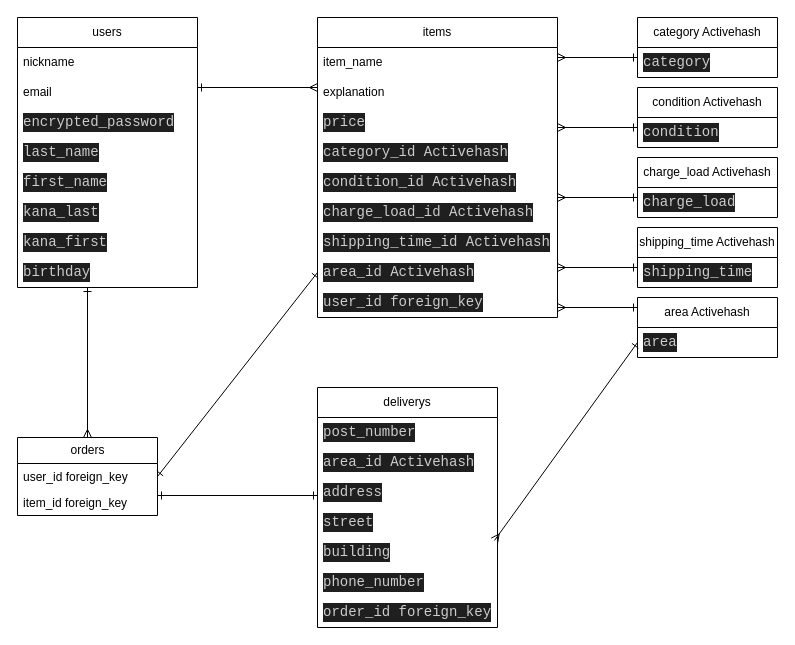
Above: database.dio in naoki240302/furima-40498-for-windows (draw.io), before the change. Source tidied: cells renumbered, new cells numbered last; positions are measured from the earlier drawing's top-left corner, leaving out a move shared by most shapes. Both pictures are drawn from the tidied source at 100%, with x=0, y=0 at pixel (17, 17).
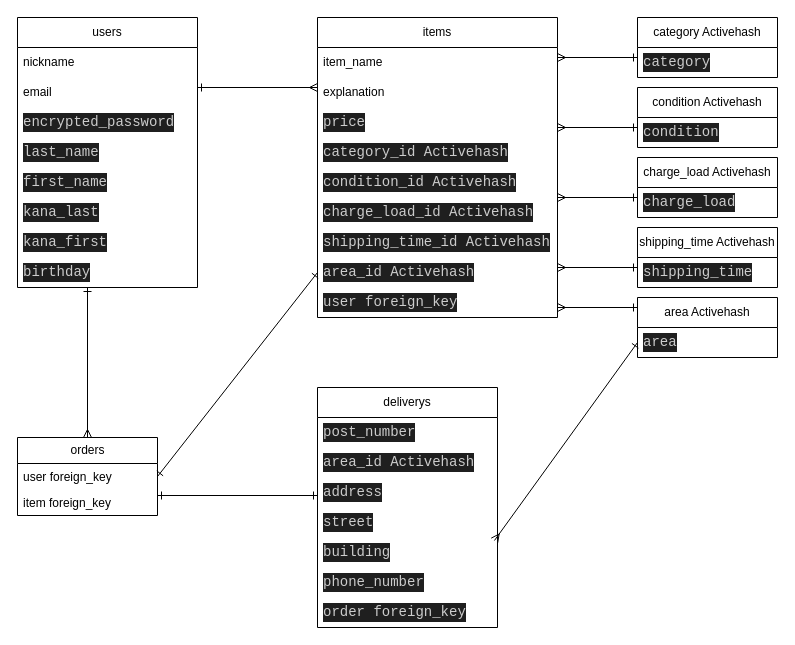
The same page after the edit.

Commit message (it also covers changes not shown here):
【再修正】ER図・データベース設計の記述

Unchanged cells that the change refers to:
```xml
<mxCell id="11" value="items" style="swimlane;fontStyle=0;horizontal=1;startSize=30;whiteSpace=wrap;html=1;" parent="1" vertex="1">
  <mxGeometry x="300" width="240" height="300" as="geometry" />
</mxCell>
<mxCell id="22" value="orders" style="swimlane;fontStyle=0;horizontal=1;startSize=26;fillColor=none;html=1;" parent="1" vertex="1">
  <mxGeometry y="420" width="140" height="78" as="geometry" />
</mxCell>
<mxCell id="25" value="deliverys" style="swimlane;fontStyle=0;horizontal=1;startSize=30;whiteSpace=wrap;html=1;" parent="1" vertex="1">
  <mxGeometry x="300" y="370" width="180" height="240" as="geometry" />
</mxCell>
```

What changed in the source:
```diff
@@
-    <mxCell id="20" value="&lt;div style=&quot;color: rgb(204, 204, 204); background-color: rgb(31, 31, 31); font-family: Consolas, &amp;quot;Courier New&amp;quot;, monospace; font-size: 14px; line-height: 19px;&quot;&gt;user_id foreign_key&lt;/div&gt;" style="text;strokeColor=none;fillColor=none;align=left;verticalAlign=middle;spacingLeft=4;spacingRight=4;overflow=hidden;whiteSpace=wrap;html=1;" parent="11" vertex="1">
+    <mxCell id="20" value="&lt;div style=&quot;color: rgb(204, 204, 204); background-color: rgb(31, 31, 31); font-family: Consolas, &amp;quot;Courier New&amp;quot;, monospace; font-size: 14px; line-height: 19px;&quot;&gt;user foreign_key&lt;/div&gt;" style="text;strokeColor=none;fillColor=none;align=left;verticalAlign=middle;spacingLeft=4;spacingRight=4;overflow=hidden;whiteSpace=wrap;html=1;" parent="11" vertex="1">
       <mxGeometry y="270" width="240" height="30" as="geometry" />
     </mxCell>
@@
-    <mxCell id="23" value="user_id foreign_key" style="text;strokeColor=none;fillColor=none;align=left;verticalAlign=top;spacingLeft=4;spacingRight=4;overflow=hidden;points=[[0,0.5],[1,0.5]];portConstraint=eastwest;whiteSpace=wrap;html=1;" parent="22" vertex="1">
+    <mxCell id="23" value="user foreign_key" style="text;strokeColor=none;fillColor=none;align=left;verticalAlign=top;spacingLeft=4;spacingRight=4;overflow=hidden;points=[[0,0.5],[1,0.5]];portConstraint=eastwest;whiteSpace=wrap;html=1;" parent="22" vertex="1">
       <mxGeometry y="26" width="140" height="26" as="geometry" />
     </mxCell>
-    <mxCell id="24" value="item_id foreign_key" style="text;strokeColor=none;fillColor=none;align=left;verticalAlign=top;spacingLeft=4;spacingRight=4;overflow=hidden;points=[[0,0.5],[1,0.5]];portConstraint=eastwest;whiteSpace=wrap;html=1;" parent="22" vertex="1">
+    <mxCell id="24" value="item foreign_key" style="text;strokeColor=none;fillColor=none;align=left;verticalAlign=top;spacingLeft=4;spacingRight=4;overflow=hidden;points=[[0,0.5],[1,0.5]];portConstraint=eastwest;whiteSpace=wrap;html=1;" parent="22" vertex="1">
       <mxGeometry y="52" width="140" height="26" as="geometry" />
     </mxCell>
@@
-    <mxCell id="32" value="&lt;div style=&quot;color: rgb(204, 204, 204); background-color: rgb(31, 31, 31); font-family: Consolas, &amp;quot;Courier New&amp;quot;, monospace; font-size: 14px; line-height: 19px;&quot;&gt;order_id foreign_key&lt;/div&gt;" style="text;strokeColor=none;fillColor=none;align=left;verticalAlign=middle;spacingLeft=4;spacingRight=4;overflow=hidden;whiteSpace=wrap;html=1;" parent="25" vertex="1">
+    <mxCell id="32" value="&lt;div style=&quot;color: rgb(204, 204, 204); background-color: rgb(31, 31, 31); font-family: Consolas, &amp;quot;Courier New&amp;quot;, monospace; font-size: 14px; line-height: 19px;&quot;&gt;order foreign_key&lt;/div&gt;" style="text;strokeColor=none;fillColor=none;align=left;verticalAlign=middle;spacingLeft=4;spacingRight=4;overflow=hidden;whiteSpace=wrap;html=1;" parent="25" vertex="1">
       <mxGeometry y="210" width="180" height="30" as="geometry" />
     </mxCell>
```
